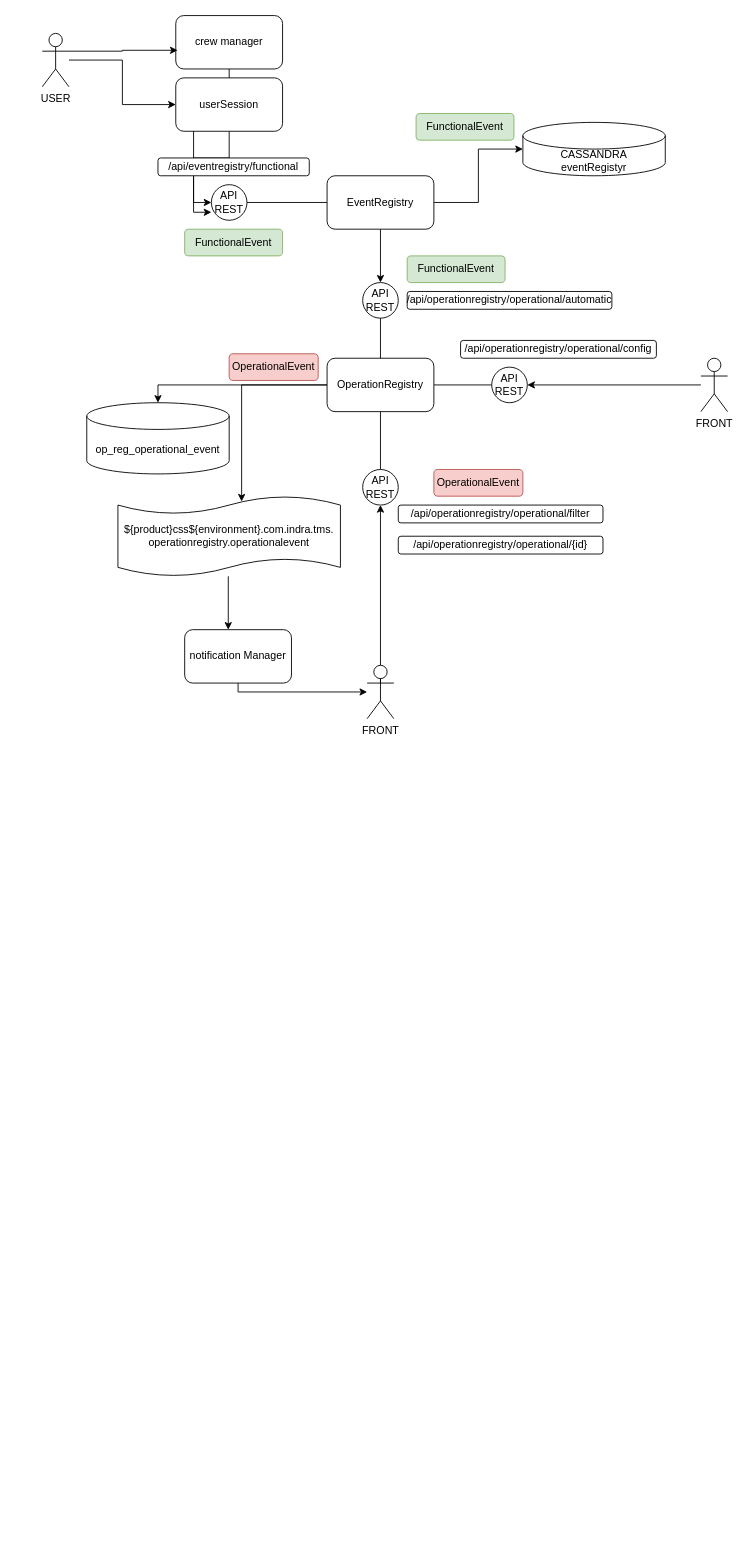
The draw.io diagram page "OperationRegistry" (23 of 23) of TMS_FEC_SIEMENS.drawio in jeongon/DIAGRAMAS_TMS, before the edit. Source tidied: cells renumbered, new cells numbered last; positions are measured from the earlier drawing's top-left corner, leaving out a move shared by most shapes. Both pictures are drawn from the tidied source at 89%, with x=0, y=0 at pixel (42, 15).
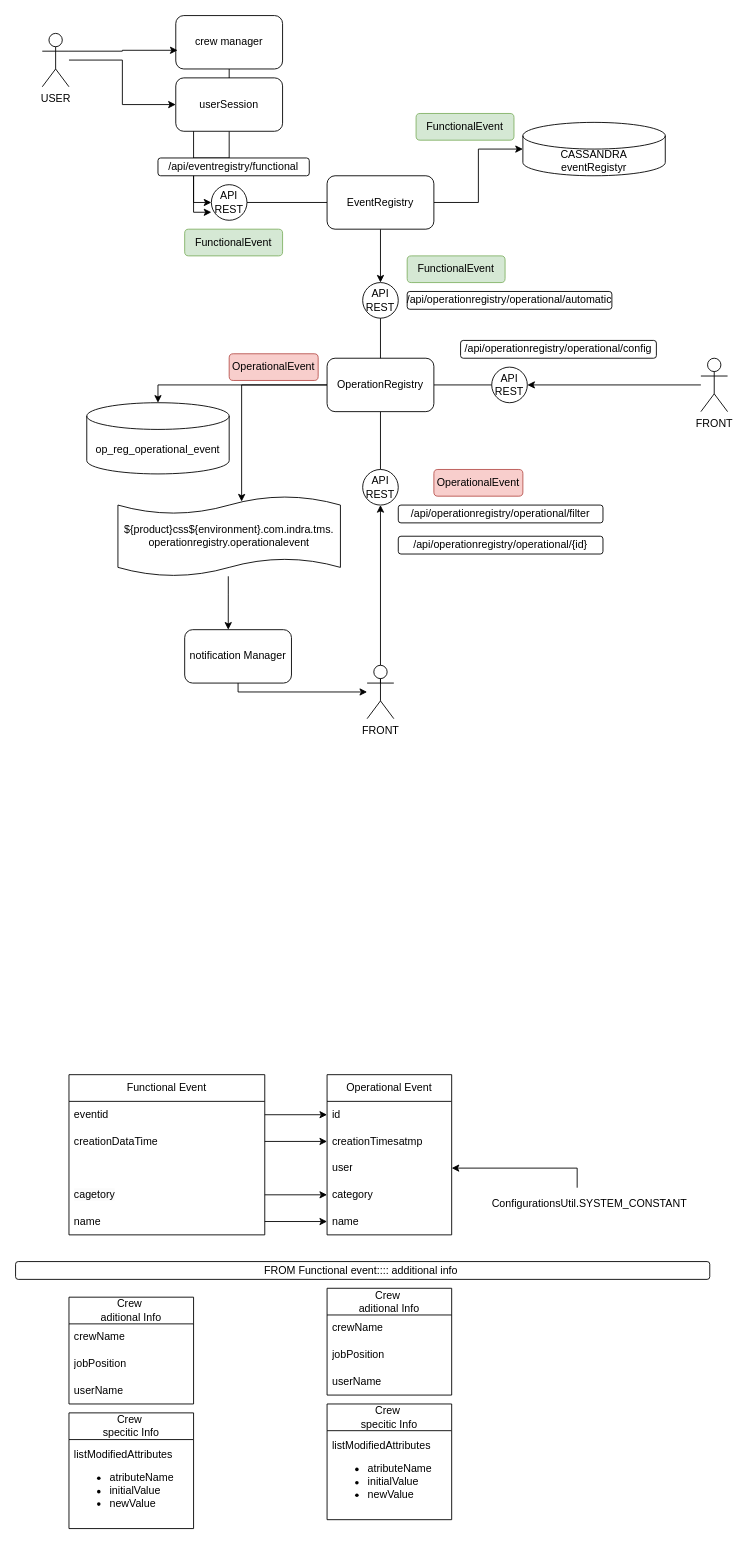
The same page after the edit.

Diff of the diagram source:
```diff
@@
+    <mxCell id="43" value="FROM Functional event:::: additional info&amp;nbsp;" style="rounded=1;whiteSpace=wrap;html=1;" parent="1" vertex="1">
+      <mxGeometry x="-30" y="1400" width="780" height="20" as="geometry" />
+    </mxCell>
@@
+    <mxCell id="44" value="Functional Event" style="swimlane;fontStyle=0;horizontal=1;startSize=30;whiteSpace=wrap;html=1;" parent="1" vertex="1">
+      <mxGeometry x="30" y="1190" width="220" height="180" as="geometry" />
+    </mxCell>
+    <mxCell id="45" value="eventid" style="text;strokeColor=none;fillColor=none;align=left;verticalAlign=middle;spacingLeft=4;spacingRight=4;overflow=hidden;points=[[0,0.5],[1,0.5]];portConstraint=eastwest;whiteSpace=wrap;html=1;" parent="44" vertex="1">
+      <mxGeometry y="30" width="220" height="30" as="geometry" />
+    </mxCell>
+    <mxCell id="46" value="creationDataTime" style="text;strokeColor=none;fillColor=none;align=left;verticalAlign=middle;spacingLeft=4;spacingRight=4;overflow=hidden;points=[[0,0.5],[1,0.5]];portConstraint=eastwest;whiteSpace=wrap;html=1;" parent="44" vertex="1">
+      <mxGeometry y="60" width="220" height="30" as="geometry" />
+    </mxCell>
+    <mxCell id="47" style="text;strokeColor=none;fillColor=none;align=left;verticalAlign=middle;spacingLeft=4;spacingRight=4;overflow=hidden;whiteSpace=wrap;html=1;" parent="44" vertex="1">
+      <mxGeometry y="90" width="220" height="30" as="geometry" />
+    </mxCell>
+    <mxCell id="48" value="&lt;span style=&quot;color: rgb(0, 0, 0); font-family: Helvetica; font-size: 12px; font-style: normal; font-variant-ligatures: normal; font-variant-caps: normal; font-weight: 400; letter-spacing: normal; orphans: 2; text-align: left; text-indent: 0px; text-transform: none; widows: 2; word-spacing: 0px; -webkit-text-stroke-width: 0px; background-color: rgb(251, 251, 251); text-decoration-thickness: initial; text-decoration-style: initial; text-decoration-color: initial; float: none; display: inline !important;&quot;&gt;cagetory&lt;/span&gt;" style="text;strokeColor=none;fillColor=none;align=left;verticalAlign=middle;spacingLeft=4;spacingRight=4;overflow=hidden;points=[[0,0.5],[1,0.5]];portConstraint=eastwest;whiteSpace=wrap;html=1;" parent="44" vertex="1">
+      <mxGeometry y="120" width="220" height="30" as="geometry" />
+    </mxCell>
+    <mxCell id="49" value="name" style="text;strokeColor=none;fillColor=none;align=left;verticalAlign=middle;spacingLeft=4;spacingRight=4;overflow=hidden;points=[[0,0.5],[1,0.5]];portConstraint=eastwest;whiteSpace=wrap;html=1;" parent="44" vertex="1">
+      <mxGeometry y="150" width="220" height="30" as="geometry" />
+    </mxCell>
+    <mxCell id="50" value="Operational Event" style="swimlane;fontStyle=0;horizontal=1;startSize=30;whiteSpace=wrap;html=1;" parent="1" vertex="1">
+      <mxGeometry x="320" y="1190" width="140" height="180" as="geometry" />
+    </mxCell>
+    <mxCell id="51" value="id" style="text;strokeColor=none;fillColor=none;align=left;verticalAlign=middle;spacingLeft=4;spacingRight=4;overflow=hidden;points=[[0,0.5],[1,0.5]];portConstraint=eastwest;whiteSpace=wrap;html=1;" parent="50" vertex="1">
+      <mxGeometry y="30" width="140" height="30" as="geometry" />
+    </mxCell>
+    <mxCell id="52" value="creationTimesatmp" style="text;strokeColor=none;fillColor=none;align=left;verticalAlign=middle;spacingLeft=4;spacingRight=4;overflow=hidden;points=[[0,0.5],[1,0.5]];portConstraint=eastwest;whiteSpace=wrap;html=1;" parent="50" vertex="1">
+      <mxGeometry y="60" width="140" height="30" as="geometry" />
+    </mxCell>
+    <mxCell id="53" value="user" style="text;strokeColor=none;fillColor=none;align=left;verticalAlign=middle;spacingLeft=4;spacingRight=4;overflow=hidden;points=[[0,0.5],[1,0.5]];portConstraint=eastwest;whiteSpace=wrap;html=1;" parent="50" vertex="1">
+      <mxGeometry y="90" width="140" height="30" as="geometry" />
+    </mxCell>
+    <mxCell id="54" value="category" style="text;strokeColor=none;fillColor=none;align=left;verticalAlign=middle;spacingLeft=4;spacingRight=4;overflow=hidden;points=[[0,0.5],[1,0.5]];portConstraint=eastwest;whiteSpace=wrap;html=1;" parent="50" vertex="1">
+      <mxGeometry y="120" width="140" height="30" as="geometry" />
+    </mxCell>
+    <mxCell id="55" value="name" style="text;strokeColor=none;fillColor=none;align=left;verticalAlign=middle;spacingLeft=4;spacingRight=4;overflow=hidden;points=[[0,0.5],[1,0.5]];portConstraint=eastwest;whiteSpace=wrap;html=1;" parent="50" vertex="1">
+      <mxGeometry y="150" width="140" height="30" as="geometry" />
+    </mxCell>
+    <mxCell id="56" style="edgeStyle=orthogonalEdgeStyle;rounded=0;jettySize=auto;html=1;exitX=0.444;exitY=-0.1;exitDx=0;exitDy=0;exitPerimeter=0;" parent="1" edge="1" source="57" target="53">
+      <mxGeometry relative="1" as="geometry" />
+    </mxCell>
+    <mxCell id="57" value="ConfigurationsUtil.SYSTEM_CONSTANT" style="text;html=1;strokeColor=none;fillColor=none;align=center;verticalAlign=middle;whiteSpace=wrap;rounded=0;" parent="1" vertex="1">
+      <mxGeometry x="490" y="1320" width="250" height="30" as="geometry" />
+    </mxCell>
+    <mxCell id="58" style="edgeStyle=orthogonalEdgeStyle;rounded=0;jettySize=auto;html=1;entryX=0;entryY=0.5;entryDx=0;entryDy=0;" parent="1" edge="1" source="45" target="51">
+      <mxGeometry relative="1" as="geometry" />
+    </mxCell>
+    <mxCell id="59" style="edgeStyle=orthogonalEdgeStyle;rounded=0;jettySize=auto;html=1;entryX=0;entryY=0.5;entryDx=0;entryDy=0;" parent="1" edge="1" source="46" target="52">
+      <mxGeometry relative="1" as="geometry" />
+    </mxCell>
+    <mxCell id="60" style="edgeStyle=orthogonalEdgeStyle;rounded=0;jettySize=auto;html=1;entryX=0;entryY=0.5;entryDx=0;entryDy=0;" parent="1" edge="1" source="48" target="54">
+      <mxGeometry relative="1" as="geometry" />
+    </mxCell>
+    <mxCell id="61" style="edgeStyle=orthogonalEdgeStyle;rounded=0;jettySize=auto;html=1;" parent="1" edge="1" source="49" target="55">
+      <mxGeometry relative="1" as="geometry" />
+    </mxCell>
+    <mxCell id="62" value="Crew&amp;nbsp;&lt;br&gt;aditional Info" style="swimlane;fontStyle=0;horizontal=1;startSize=30;whiteSpace=wrap;html=1;" parent="1" vertex="1">
+      <mxGeometry x="320" y="1430" width="140" height="120" as="geometry" />
+    </mxCell>
+    <mxCell id="63" value="crewName" style="text;strokeColor=none;fillColor=none;align=left;verticalAlign=middle;spacingLeft=4;spacingRight=4;overflow=hidden;whiteSpace=wrap;html=1;" parent="62" vertex="1">
+      <mxGeometry y="30" width="140" height="30" as="geometry" />
+    </mxCell>
+    <mxCell id="64" value="jobPosition" style="text;strokeColor=none;fillColor=none;align=left;verticalAlign=middle;spacingLeft=4;spacingRight=4;overflow=hidden;whiteSpace=wrap;html=1;" parent="62" vertex="1">
+      <mxGeometry y="60" width="140" height="30" as="geometry" />
+    </mxCell>
+    <mxCell id="65" value="userName" style="text;strokeColor=none;fillColor=none;align=left;verticalAlign=middle;spacingLeft=4;spacingRight=4;overflow=hidden;whiteSpace=wrap;html=1;" parent="62" vertex="1">
+      <mxGeometry y="90" width="140" height="30" as="geometry" />
+    </mxCell>
+    <mxCell id="66" value="Crew&amp;nbsp;&lt;br&gt;specitic Info" style="swimlane;fontStyle=0;horizontal=1;startSize=30;whiteSpace=wrap;html=1;" parent="1" vertex="1">
+      <mxGeometry x="320" y="1560" width="140" height="130" as="geometry" />
+    </mxCell>
+    <mxCell id="67" value="listModifiedAttributes&lt;br&gt;&lt;ul&gt;&lt;li&gt;atributeName&lt;/li&gt;&lt;li&gt;initialValue&lt;/li&gt;&lt;li&gt;newValue&lt;/li&gt;&lt;/ul&gt;" style="text;strokeColor=none;fillColor=none;align=left;verticalAlign=middle;spacingLeft=4;spacingRight=4;overflow=hidden;whiteSpace=wrap;html=1;" parent="66" vertex="1">
+      <mxGeometry y="30" width="140" height="100" as="geometry" />
+    </mxCell>
+    <mxCell id="68" value="Crew&amp;nbsp;&lt;br&gt;aditional Info" style="swimlane;fontStyle=0;horizontal=1;startSize=30;whiteSpace=wrap;html=1;" parent="1" vertex="1">
+      <mxGeometry x="30" y="1440" width="140" height="120" as="geometry" />
+    </mxCell>
+    <mxCell id="69" value="crewName" style="text;strokeColor=none;fillColor=none;align=left;verticalAlign=middle;spacingLeft=4;spacingRight=4;overflow=hidden;whiteSpace=wrap;html=1;" parent="68" vertex="1">
+      <mxGeometry y="30" width="140" height="30" as="geometry" />
+    </mxCell>
+    <mxCell id="70" value="jobPosition" style="text;strokeColor=none;fillColor=none;align=left;verticalAlign=middle;spacingLeft=4;spacingRight=4;overflow=hidden;whiteSpace=wrap;html=1;" parent="68" vertex="1">
+      <mxGeometry y="60" width="140" height="30" as="geometry" />
+    </mxCell>
+    <mxCell id="71" value="userName" style="text;strokeColor=none;fillColor=none;align=left;verticalAlign=middle;spacingLeft=4;spacingRight=4;overflow=hidden;whiteSpace=wrap;html=1;" parent="68" vertex="1">
+      <mxGeometry y="90" width="140" height="30" as="geometry" />
+    </mxCell>
+    <mxCell id="72" value="Crew&amp;nbsp;&lt;br&gt;specitic Info" style="swimlane;fontStyle=0;horizontal=1;startSize=30;whiteSpace=wrap;html=1;" parent="1" vertex="1">
+      <mxGeometry x="30" y="1570" width="140" height="130" as="geometry" />
+    </mxCell>
+    <mxCell id="73" value="listModifiedAttributes&lt;br&gt;&lt;ul&gt;&lt;li&gt;atributeName&lt;/li&gt;&lt;li&gt;initialValue&lt;/li&gt;&lt;li&gt;newValue&lt;/li&gt;&lt;/ul&gt;" style="text;strokeColor=none;fillColor=none;align=left;verticalAlign=middle;spacingLeft=4;spacingRight=4;overflow=hidden;whiteSpace=wrap;html=1;" parent="72" vertex="1">
+      <mxGeometry y="30" width="140" height="100" as="geometry" />
+    </mxCell>
```
